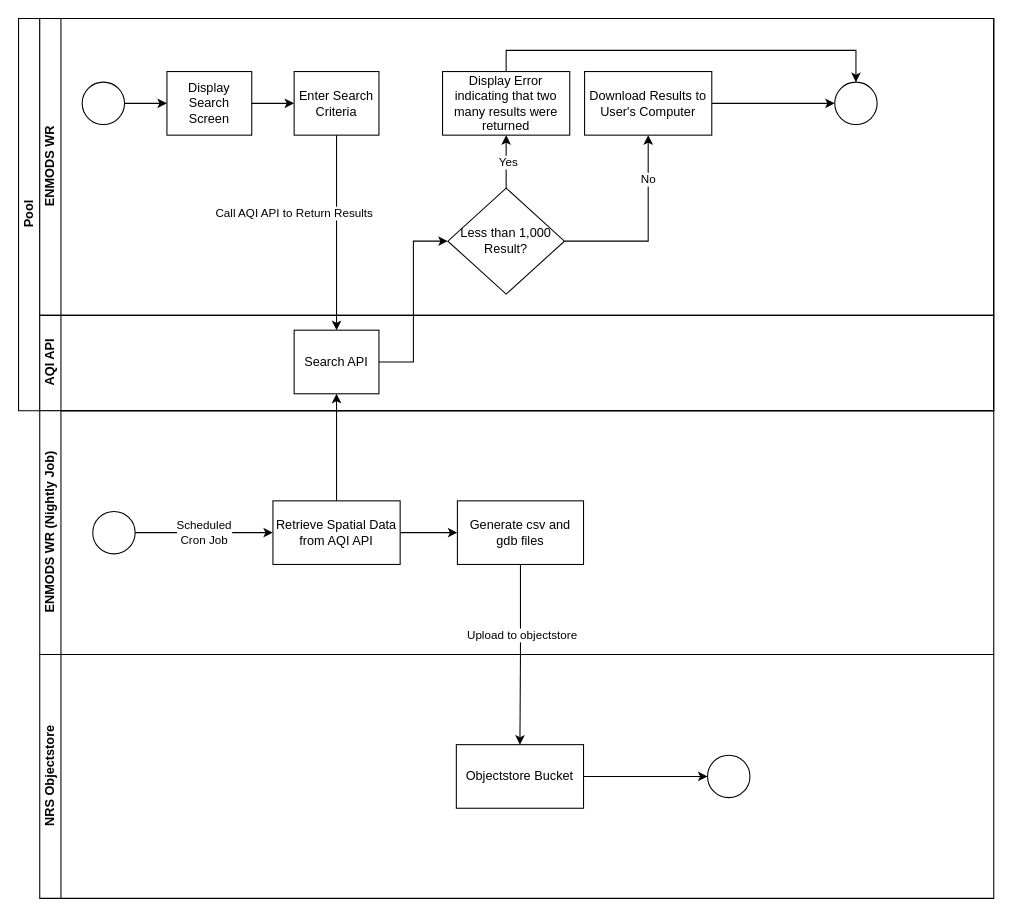
Above: documentation/process.drawio in bcgov/nr-enmods-wr (draw.io), before the change. Source tidied: cells renumbered, new cells numbered last; positions are measured from the earlier drawing's top-left corner, leaving out a move shared by most shapes. Both pictures are drawn from the tidied source at 106%, with x=0, y=0 at pixel (18, 18).
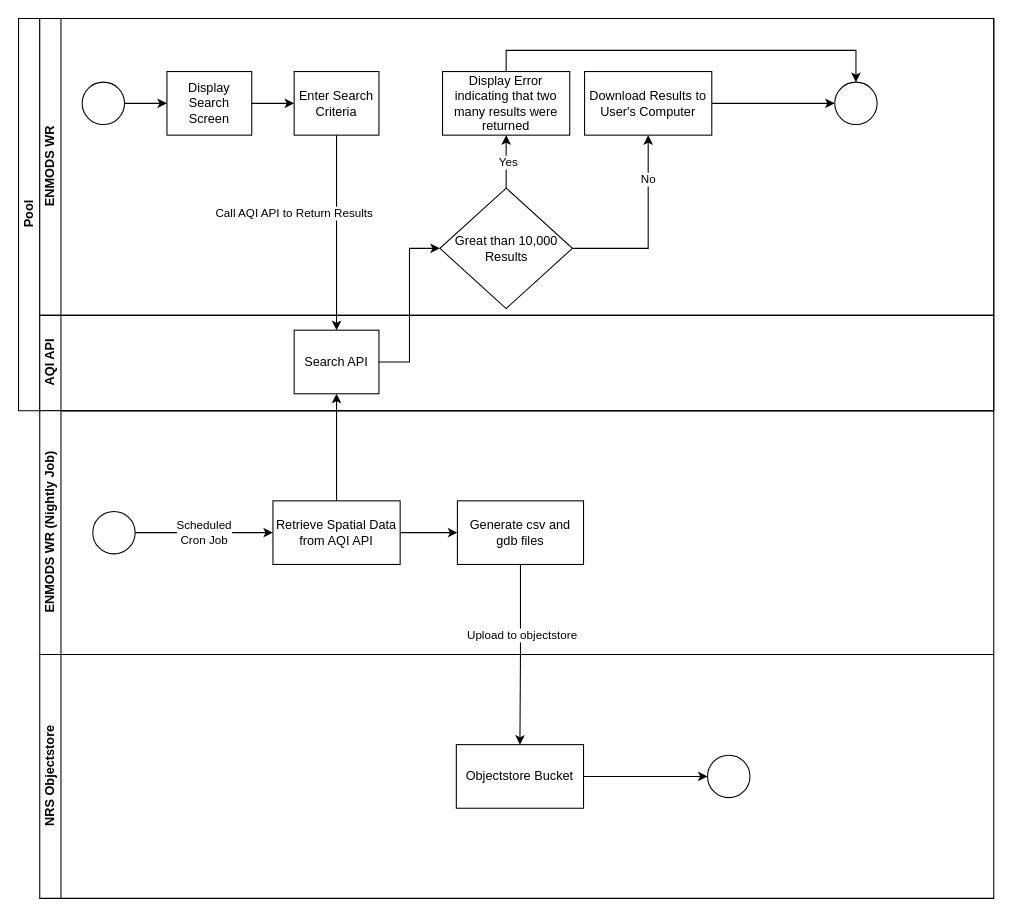
The same page after the edit.

Commit message:
Update process.drawio to correct decision logic

Unchanged cells that the change refers to:
```xml
<mxCell id="3" value="ENMODS WR" style="swimlane;html=1;startSize=20;horizontal=0;" parent="2" vertex="1">
  <mxGeometry x="20" width="900" height="280" as="geometry" />
</mxCell>
```

The edit, as a diff of the source:
```diff
@@
-    <mxCell id="14" value="Less than 1,000 Result?" style="rhombus;whiteSpace=wrap;html=1;" parent="3" vertex="1">
-      <mxGeometry x="385" y="160" width="110" height="100" as="geometry" />
+    <mxCell id="14" value="Great than 10,000 Results" style="rhombus;whiteSpace=wrap;html=1;" parent="3" vertex="1">
+      <mxGeometry x="377.5" y="160" width="125" height="113.6" as="geometry" />
     </mxCell>
```
